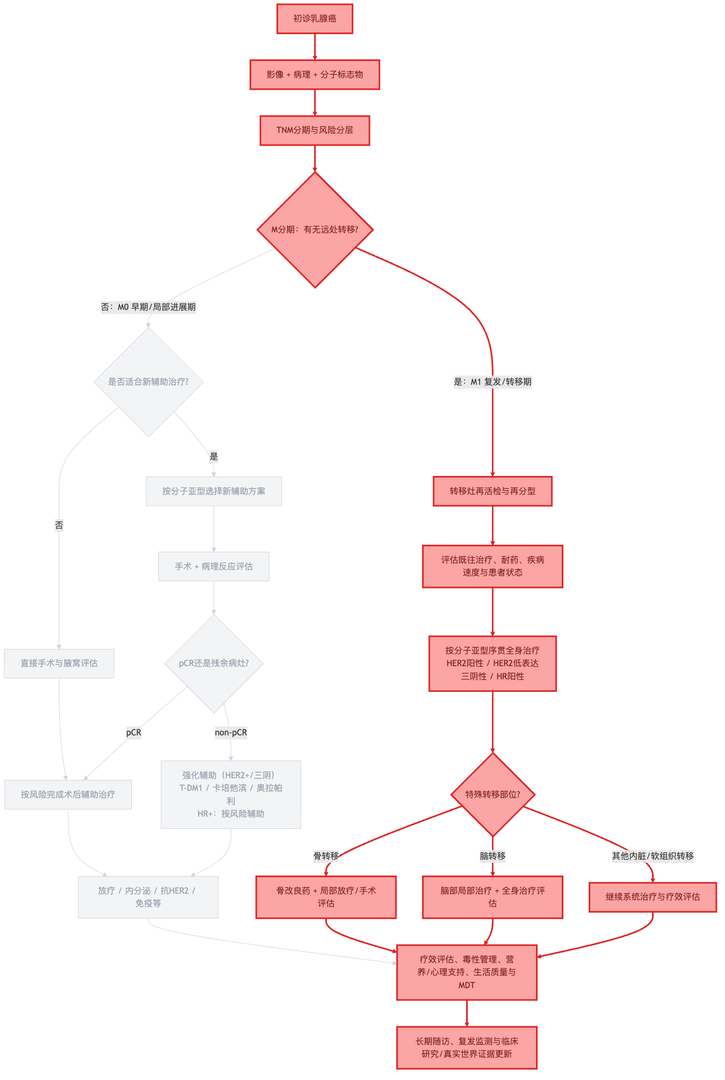
Before: diagrams/decision-chain-REAL-007.png, a diagram exported from Mermaid (dongjb741280/breast-cancer). Its source is kept beside it as diagrams/decision-chain-REAL-007.mmd.
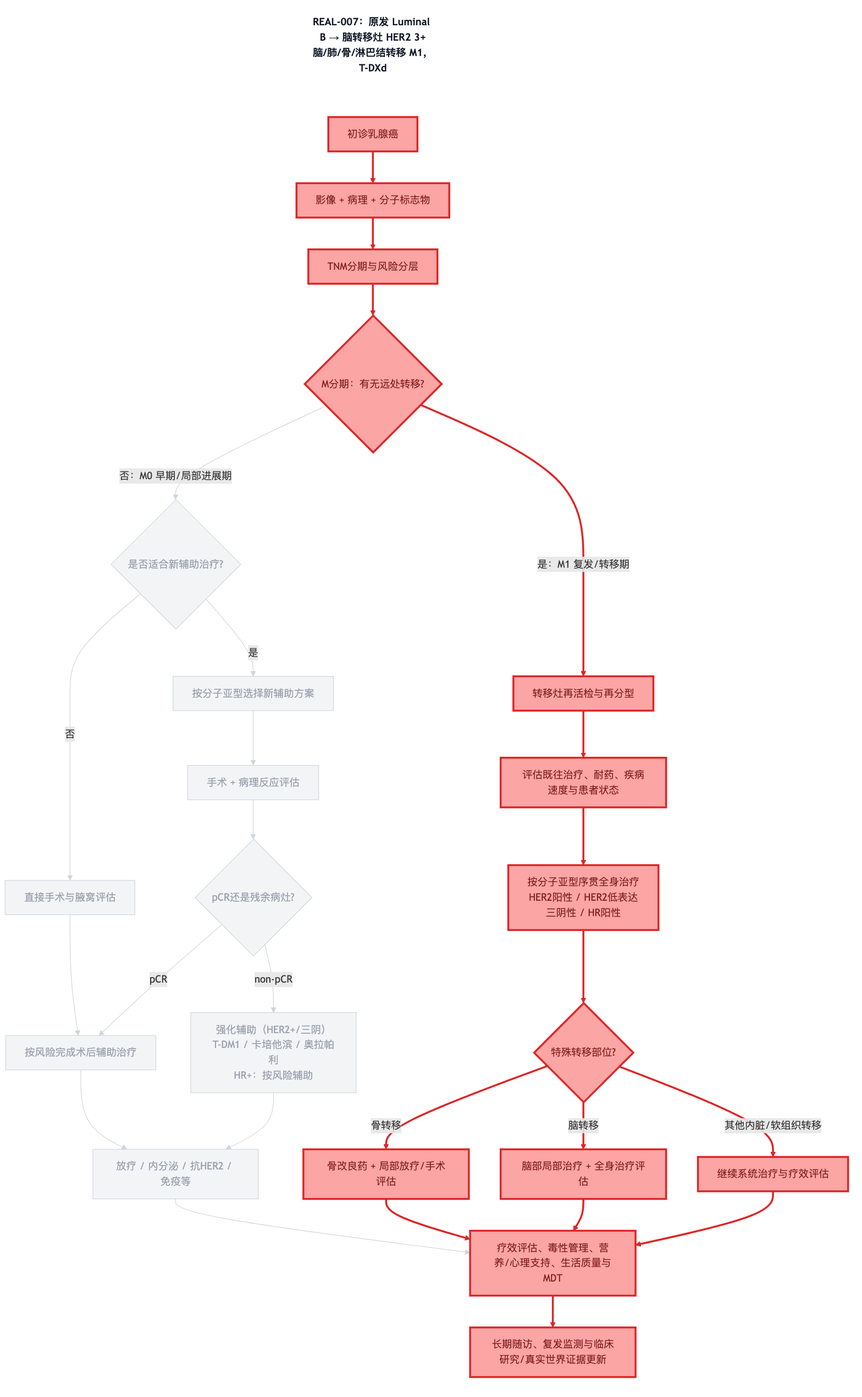
The same file after the commit.

The edit, as a diff of the source:
```diff
@@ -1,4 +1,5 @@
 graph TD
+    TITLE["REAL-007：原发 Luminal B → 脑转移灶 HER2 3+<br/>脑/肺/骨/淋巴结转移 M1，T-DXd"]
     A[初诊乳腺癌]
     B[影像 + 病理 + 分子标志物]
     C[TNM分期与风险分层]
@@ -45,8 +46,11 @@
     R --> T
     S --> T
     T --> U
+    TITLE ~~~ A
     classDef path fill:#fca5a5,stroke:#dc2626,color:#7f1d1d,stroke-width:3px;
     classDef dim fill:#f3f4f6,stroke:#d1d5db,color:#9ca3af,stroke-width:1px;
+    classDef caption fill:#fff,stroke:none,color:#111827,font-weight:bold;
+    class TITLE caption;
     class A path;
     class B path;
     class C path;
```
